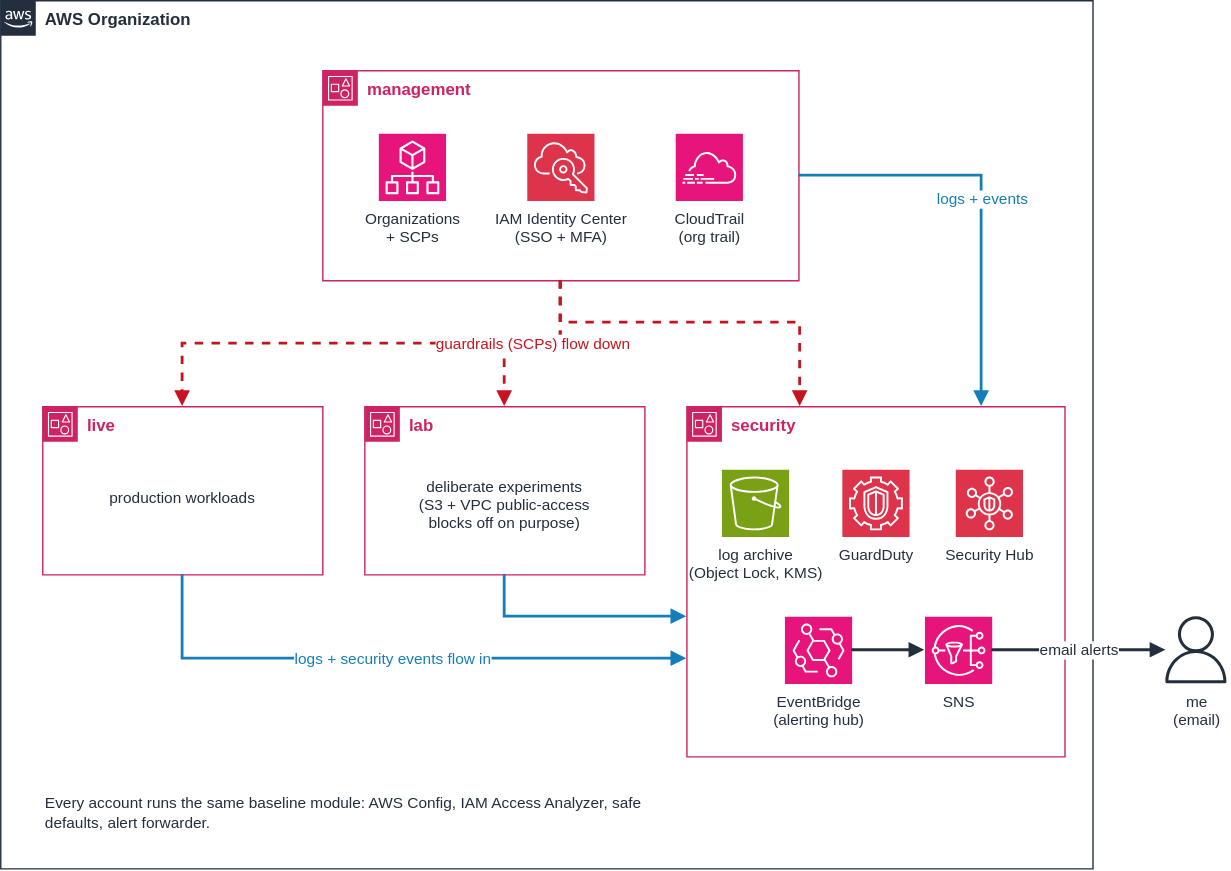
nojus11/aws-org-hardening keeps this draw.io diagram as architecture.drawio.svg. Above is the earlier version. Source tidied: cells renumbered, new cells last; positions are measured from the earlier drawing's top-left corner, leaving out a move shared by most shapes.
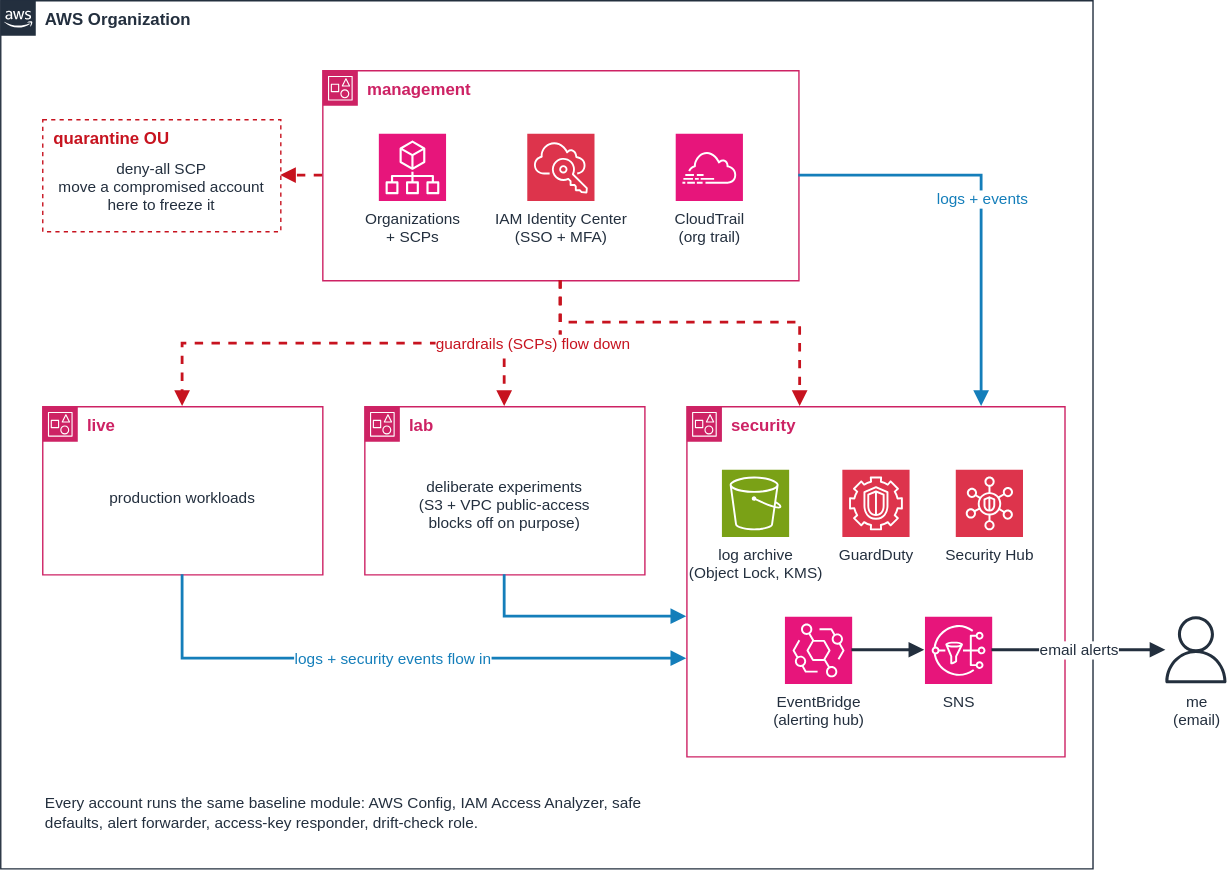
After the change.

Diff of the diagram source:
```diff
@@ -47,12 +47,21 @@
     <mxCell id="16" value="SNS" style="sketch=0;outlineConnect=0;fontColor=#232F3E;fillColor=#E7157B;strokeColor=#ffffff;dashed=0;verticalLabelPosition=bottom;verticalAlign=top;align=center;html=1;fontSize=11;fontStyle=0;shape=mxgraph.aws4.resourceIcon;resIcon=mxgraph.aws4.sns;" parent="11" vertex="1">
       <mxGeometry x="170" y="150" width="48" height="48" as="geometry" />
     </mxCell>
-    <mxCell id="17" value="Every account runs the same baseline module: AWS Config, IAM Access Analyzer, safe defaults, alert forwarder." style="text;html=1;align=left;verticalAlign=middle;whiteSpace=wrap;fontSize=11;fontColor=#232F3E;" parent="2" vertex="1">
+    <mxCell id="17" value="Every account runs the same baseline module: AWS Config, IAM Access Analyzer, safe defaults, alert forwarder, access-key responder, drift-check role." style="text;html=1;align=left;verticalAlign=middle;whiteSpace=wrap;fontSize=11;fontColor=#232F3E;" parent="2" vertex="1">
       <mxGeometry x="30" y="560" width="440" height="40" as="geometry" />
     </mxCell>
+    <mxCell id="27" value="quarantine OU" style="rounded=0;whiteSpace=wrap;html=1;fillColor=none;strokeColor=#C7131F;dashed=1;verticalAlign=top;align=left;spacingLeft=8;fontColor=#C7131F;fontStyle=1;fontSize=12;" parent="2" vertex="1">
+      <mxGeometry x="30" y="85" width="170" height="80" as="geometry" />
+    </mxCell>
+    <mxCell id="28" value="deny-all SCP&lt;br&gt;move a compromised account&lt;br&gt;here to freeze it" style="text;html=1;align=center;verticalAlign=middle;whiteSpace=wrap;fontSize=11;fontColor=#232F3E;" parent="27" vertex="1">
+      <mxGeometry x="5" y="20" width="160" height="55" as="geometry" />
+    </mxCell>
     <mxCell id="18" value="me&lt;br&gt;(email)" style="sketch=0;outlineConnect=0;fontColor=#232F3E;gradientColor=none;fillColor=#232F3D;strokeColor=none;dashed=0;verticalLabelPosition=bottom;verticalAlign=top;align=center;html=1;fontSize=11;fontStyle=0;shape=mxgraph.aws4.user;" parent="1" vertex="1">
       <mxGeometry x="830" y="440" width="48" height="48" as="geometry" />
     </mxCell>
+    <mxCell id="29" style="edgeStyle=orthogonalEdgeStyle;rounded=0;html=1;endArrow=block;endFill=1;strokeColor=#C7131F;strokeWidth=2;dashed=1;exitX=0;exitY=0.5;exitDx=0;exitDy=0;entryX=1;entryY=0.5;entryDx=0;entryDy=0;" parent="1" edge="1" source="3" target="27">
+      <mxGeometry relative="1" as="geometry" />
+    </mxCell>
     <mxCell id="19" style="edgeStyle=orthogonalEdgeStyle;rounded=0;html=1;endArrow=block;endFill=1;strokeColor=#C7131F;strokeWidth=2;dashed=1;fontColor=#C7131F;fontSize=11;labelBackgroundColor=#ffffff;exitX=0.5;exitY=1;exitDx=0;exitDy=0;entryX=0.5;entryY=0;entryDx=0;entryDy=0;" parent="1" edge="1" source="3" target="7">
       <mxGeometry relative="1" as="geometry" />
     </mxCell>
```
